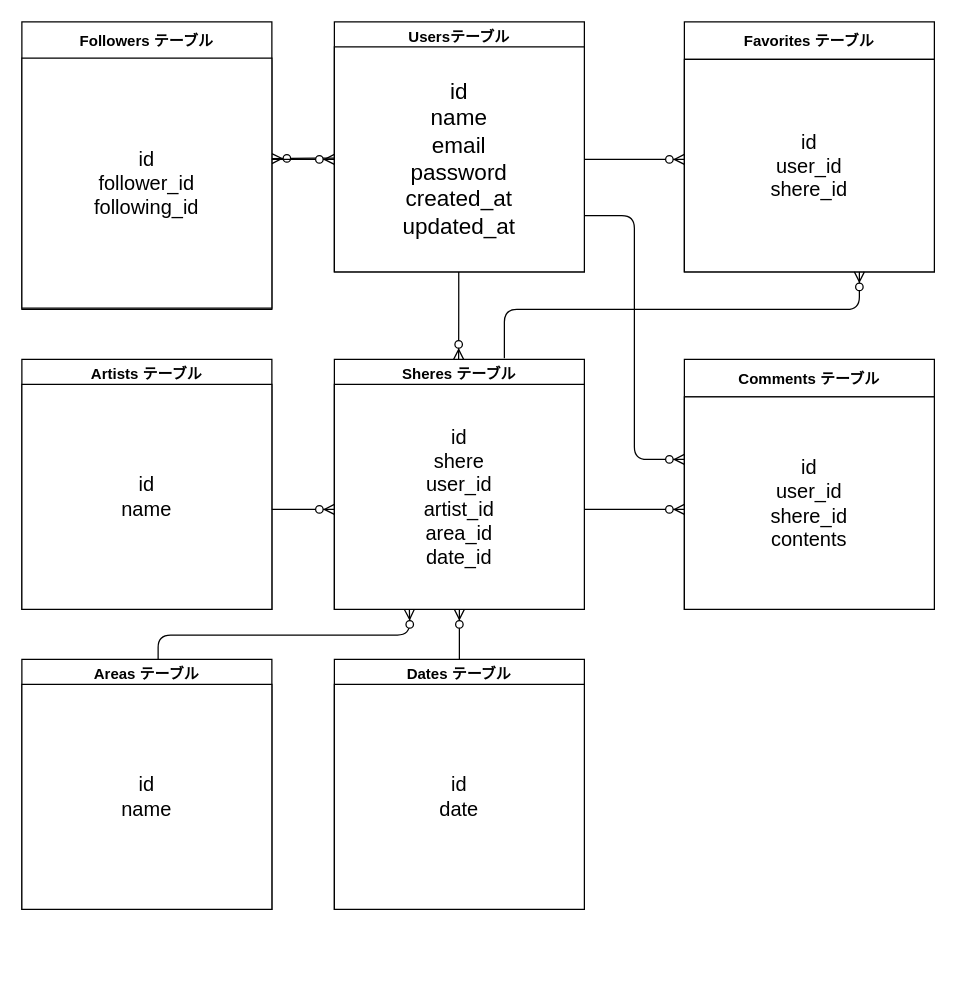
The draw.io diagram i.drawio in TetsuoYoshikawa/blog, before the edit. Source tidied: cells renumbered, new cells numbered last; positions are measured from the earlier drawing's top-left corner, leaving out a move shared by most shapes. Both pictures are drawn from the tidied source at 125%, with x=0, y=0 at pixel (21, 21).
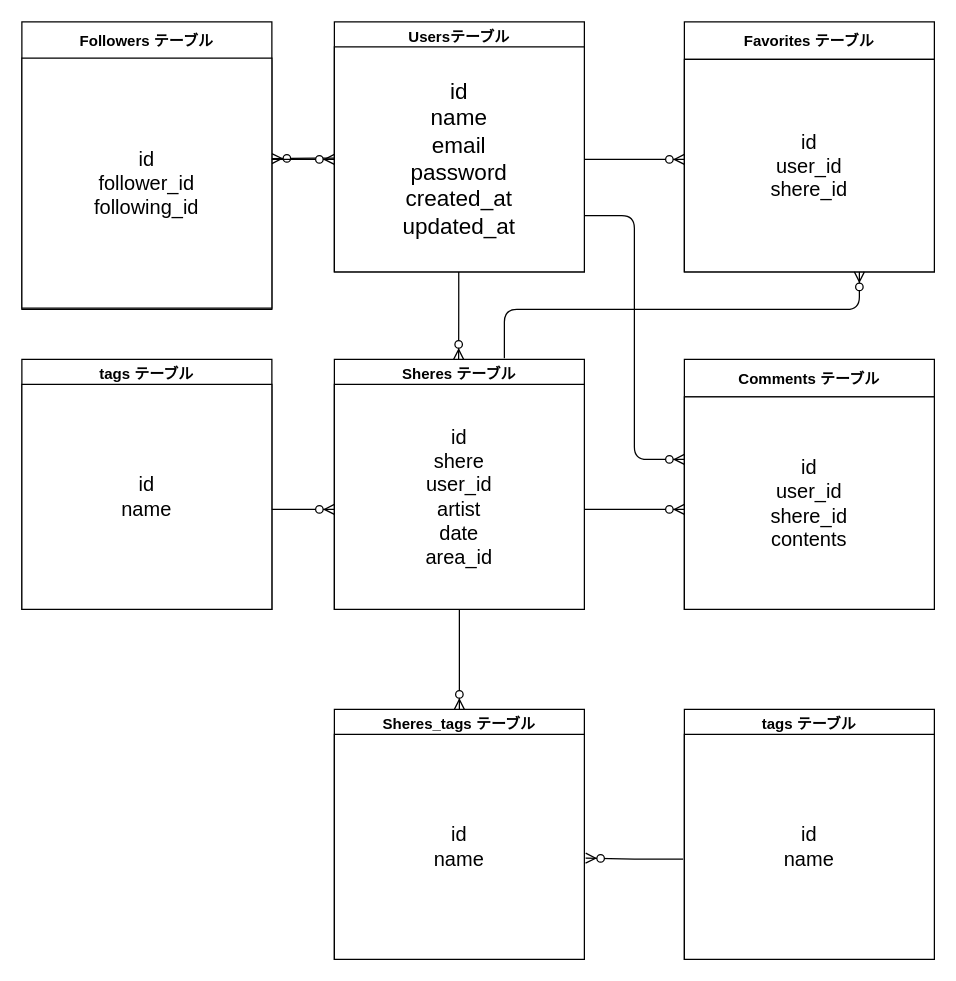
After the change.

The change refers to these unchanged cells:
```xml
<mxCell id="8" value="Sheres テーブル" style="swimlane;" parent="1" vertex="1">
  <mxGeometry x="250" y="270" width="200" height="200" as="geometry" />
</mxCell>
```

Diff of the diagram source:
```diff
@@
-    <mxCell id="7" style="fontSize=12;html=1;endArrow=ERzeroToMany;endFill=1;edgeStyle=orthogonalEdgeStyle;exitX=0.5;exitY=0;exitDx=0;exitDy=0;" parent="1" edge="1" source="17">
-      <mxGeometry relative="1" as="geometry">
-        <mxPoint x="350" y="470" as="targetPoint" />
-      </mxGeometry>
-    </mxCell>
@@
-    <mxCell id="9" value="&lt;font size=&quot;3&quot;&gt;id&lt;br&gt;shere&lt;br&gt;user_id&lt;br&gt;artist_id&lt;br&gt;area_id&lt;br&gt;date_id&lt;br&gt;&lt;/font&gt;" style="rounded=0;whiteSpace=wrap;html=1;" parent="8" vertex="1">
+    <mxCell id="9" value="&lt;font size=&quot;3&quot;&gt;id&lt;br&gt;shere&lt;br&gt;user_id&lt;br&gt;artist&lt;br&gt;date&lt;br&gt;area_id&lt;br&gt;&lt;/font&gt;" style="rounded=0;whiteSpace=wrap;html=1;" parent="8" vertex="1">
       <mxGeometry y="20" width="200" height="180" as="geometry" />
     </mxCell>
@@
-    <mxCell id="17" value="Dates テーブル" style="swimlane;" parent="1" vertex="1">
-      <mxGeometry x="250" y="510" width="200" height="200" as="geometry" />
-    </mxCell>
-    <mxCell id="18" value="&lt;font size=&quot;3&quot;&gt;id&lt;br&gt;date&lt;br&gt;&lt;/font&gt;" style="rounded=0;whiteSpace=wrap;html=1;" parent="17" vertex="1">
-      <mxGeometry y="20" width="200" height="180" as="geometry" />
-    </mxCell>
-    <mxCell id="19" value="Areas テーブル" style="swimlane;" parent="1" vertex="1">
-      <mxGeometry y="510" width="200" height="200" as="geometry" />
-    </mxCell>
-    <mxCell id="20" style="fontSize=12;html=1;endArrow=ERzeroToMany;endFill=1;edgeStyle=orthogonalEdgeStyle;exitX=0.545;exitY=0;exitDx=0;exitDy=0;exitPerimeter=0;" parent="19" edge="1" source="19">
-      <mxGeometry relative="1" as="geometry">
-        <mxPoint x="310" y="-40" as="targetPoint" />
-      </mxGeometry>
-    </mxCell>
-    <mxCell id="21" value="&lt;font size=&quot;3&quot;&gt;id&lt;br&gt;name&lt;br&gt;&lt;/font&gt;" style="rounded=0;whiteSpace=wrap;html=1;" parent="19" vertex="1">
-      <mxGeometry y="20" width="200" height="180" as="geometry" />
-    </mxCell>
-    <mxCell id="22" value="Artists テーブル" style="swimlane;" parent="1" vertex="1">
+    <mxCell id="22" value="tags テーブル" style="swimlane;" parent="1" vertex="1">
       <mxGeometry y="270" width="200" height="200" as="geometry" />
     </mxCell>
@@
+    <mxCell id="28" value="Sheres_tags テーブル" style="swimlane;" parent="1" vertex="1">
+      <mxGeometry x="250" y="550" width="200" height="200" as="geometry" />
+    </mxCell>
+    <mxCell id="29" value="&lt;font size=&quot;3&quot;&gt;id&lt;br&gt;name&lt;br&gt;&lt;/font&gt;" style="rounded=0;whiteSpace=wrap;html=1;" parent="28" vertex="1">
+      <mxGeometry y="20" width="200" height="180" as="geometry" />
+    </mxCell>
+    <mxCell id="30" style="fontSize=12;html=1;endArrow=ERzeroToMany;endFill=1;edgeStyle=orthogonalEdgeStyle;entryX=0.5;entryY=0;entryDx=0;entryDy=0;" parent="1" edge="1" target="28">
+      <mxGeometry relative="1" as="geometry">
+        <mxPoint x="350" y="470" as="sourcePoint" />
+        <Array as="points">
+          <mxPoint x="350" y="500" />
+          <mxPoint x="350" y="500" />
+        </Array>
+      </mxGeometry>
+    </mxCell>
+    <mxCell id="31" style="fontSize=12;html=1;endArrow=ERzeroToMany;endFill=1;edgeStyle=orthogonalEdgeStyle;exitX=-0.005;exitY=0.554;exitDx=0;exitDy=0;exitPerimeter=0;" parent="1" edge="1" source="33">
+      <mxGeometry relative="1" as="geometry">
+        <mxPoint x="451" y="669" as="targetPoint" />
+        <Array as="points">
+          <mxPoint x="490" y="670" />
+        </Array>
+      </mxGeometry>
+    </mxCell>
+    <mxCell id="32" value="tags テーブル" style="swimlane;" parent="1" vertex="1">
+      <mxGeometry x="530" y="550" width="200" height="200" as="geometry" />
+    </mxCell>
+    <mxCell id="33" value="&lt;font size=&quot;3&quot;&gt;id&lt;br&gt;name&lt;br&gt;&lt;/font&gt;" style="rounded=0;whiteSpace=wrap;html=1;" parent="32" vertex="1">
+      <mxGeometry y="20" width="200" height="180" as="geometry" />
+    </mxCell>
```
